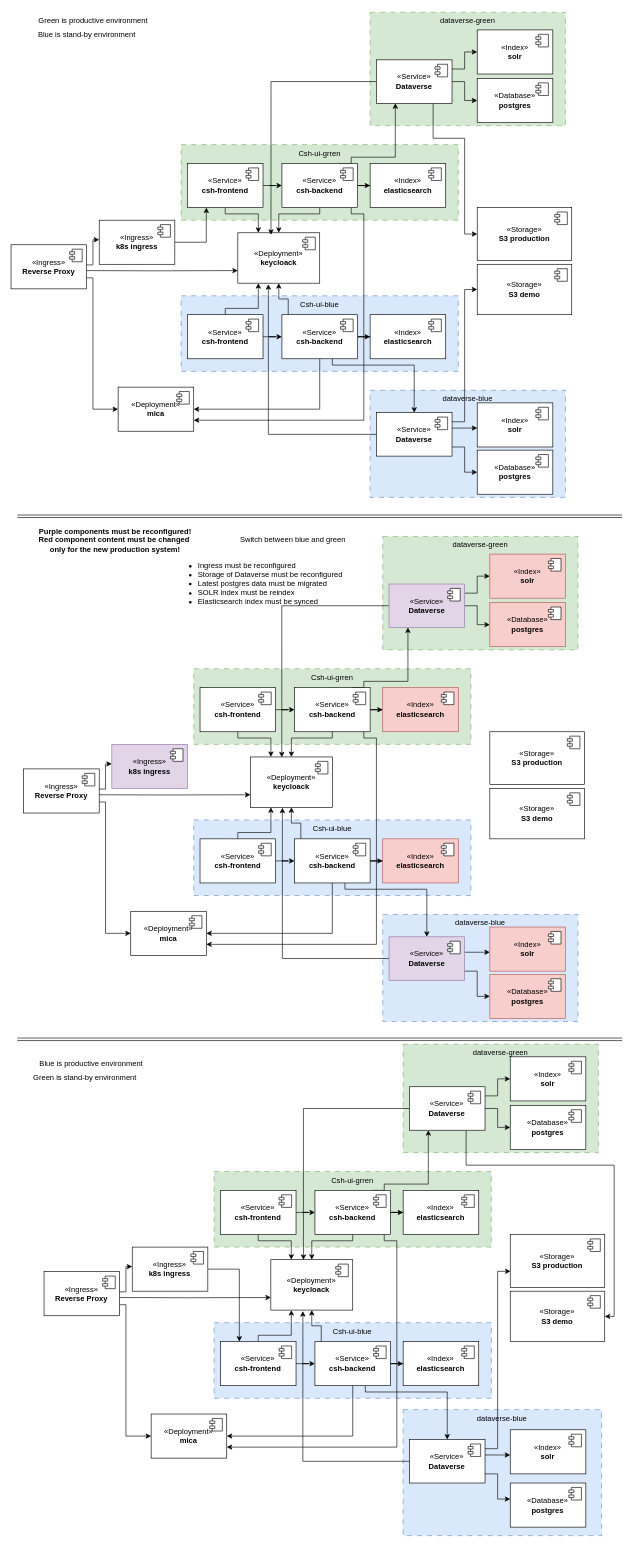
nfdi4health/csh-deployment keeps this draw.io diagram as k8s/documentation/fig/BG_GCSH(2).drawio. Above is the earlier version. Source tidied: cells renumbered, new cells numbered last; positions are measured from the earlier drawing's top-left corner, leaving out a move shared by most shapes. Both pictures are drawn from the tidied source at 63%, with x=0, y=0 at pixel (11, 11).
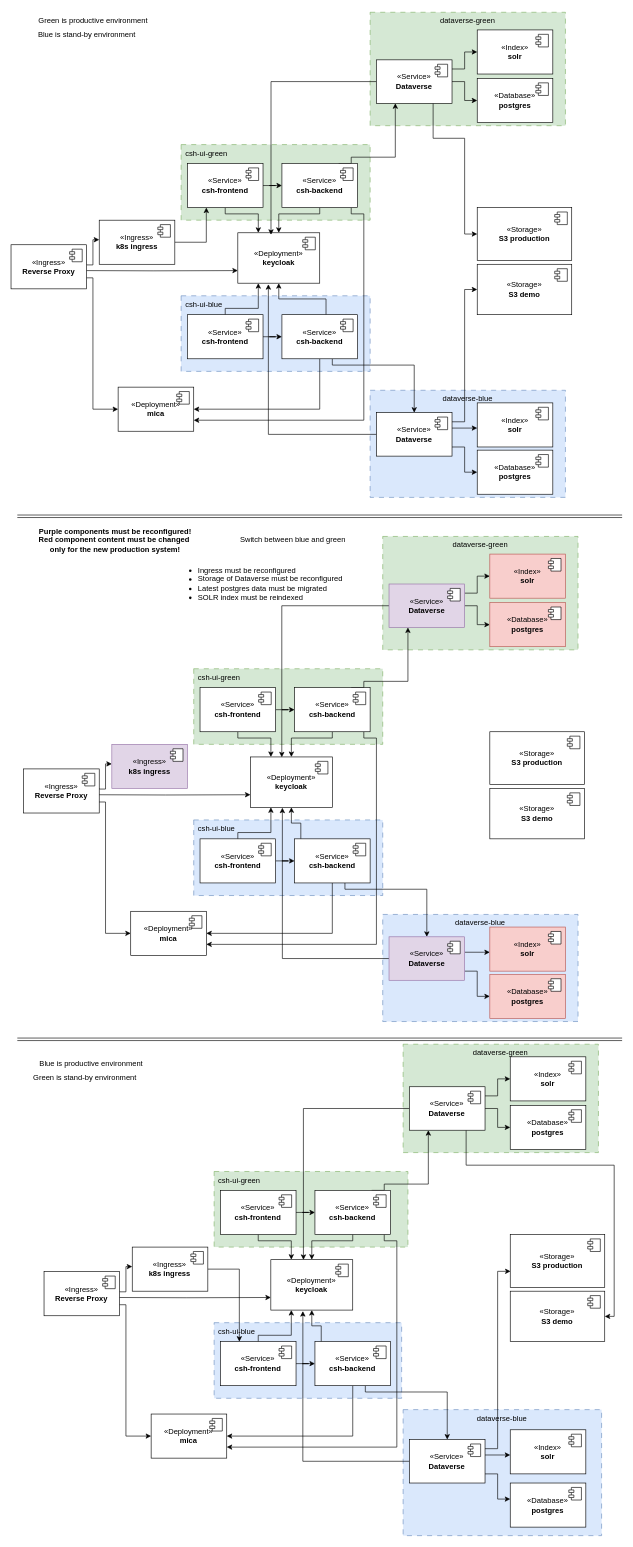
The same diagram, later.

Unchanged cells that the change refers to:
```xml
<mxCell id="22" value="&lt;div&gt;«Service»&lt;/div&gt;&lt;div&gt;&lt;b&gt;csh-backend&lt;/b&gt;&lt;/div&gt;" style="html=1;whiteSpace=wrap;" parent="1" vertex="1">
  <mxGeometry x="430" y="242" width="120" height="70" as="geometry" />
</mxCell>
<mxCell id="34" value="&lt;div&gt;«Service»&lt;/div&gt;&lt;div&gt;&lt;b&gt;csh-backend&lt;/b&gt;&lt;/div&gt;" style="html=1;whiteSpace=wrap;" parent="1" vertex="1">
  <mxGeometry x="430" y="482" width="120" height="70" as="geometry" />
</mxCell>
<mxCell id="94" value="&lt;div&gt;«Service»&lt;/div&gt;&lt;div&gt;&lt;b&gt;csh-backend&lt;/b&gt;&lt;/div&gt;" style="html=1;whiteSpace=wrap;" parent="1" vertex="1">
  <mxGeometry x="482.4" y="1872" width="120" height="70" as="geometry" />
</mxCell>
<mxCell id="106" value="&lt;div&gt;«Service»&lt;/div&gt;&lt;div&gt;&lt;b&gt;csh-backend&lt;/b&gt;&lt;/div&gt;" style="html=1;whiteSpace=wrap;" parent="1" vertex="1">
  <mxGeometry x="482.4" y="2112" width="120" height="70" as="geometry" />
</mxCell>
<mxCell id="157" value="&lt;div&gt;«Service»&lt;/div&gt;&lt;div&gt;&lt;b&gt;csh-backend&lt;/b&gt;&lt;/div&gt;" style="html=1;whiteSpace=wrap;" parent="1" vertex="1">
  <mxGeometry x="450" y="1074" width="120" height="70" as="geometry" />
</mxCell>
<mxCell id="169" value="&lt;div&gt;«Service»&lt;/div&gt;&lt;div&gt;&lt;b&gt;csh-backend&lt;/b&gt;&lt;/div&gt;" style="html=1;whiteSpace=wrap;" parent="1" vertex="1">
  <mxGeometry x="450" y="1314" width="120" height="70" as="geometry" />
</mxCell>
```

What changed in the source:
```diff
@@
-    <mxCell id="5" value="Csh-ui-grren" style="rounded=0;whiteSpace=wrap;html=1;fillColor=#d5e8d4;verticalAlign=top;dashed=1;dashPattern=8 8;strokeColor=#82b366;" parent="1" vertex="1">
-      <mxGeometry x="270" y="212" width="440" height="120" as="geometry" />
+    <mxCell id="5" value="&lt;div&gt;csh-ui-green&lt;/div&gt;" style="rounded=0;whiteSpace=wrap;html=1;fillColor=#d5e8d4;verticalAlign=top;dashed=1;dashPattern=8 8;strokeColor=#82b366;labelPosition=center;verticalLabelPosition=middle;align=left;spacingRight=0;spacingLeft=5;" parent="1" vertex="1">
+      <mxGeometry x="270" y="212" width="300" height="120" as="geometry" />
     </mxCell>
-    <mxCell id="6" value="Csh-ui-blue" style="rounded=0;whiteSpace=wrap;html=1;fillColor=#dae8fc;verticalAlign=top;dashed=1;dashPattern=8 8;strokeColor=#6c8ebf;" parent="1" vertex="1">
-      <mxGeometry x="270" y="452" width="440" height="120" as="geometry" />
+    <mxCell id="6" value="csh-ui-blue" style="rounded=0;whiteSpace=wrap;html=1;fillColor=#dae8fc;verticalAlign=top;dashed=1;dashPattern=8 8;strokeColor=#6c8ebf;spacingRight=0;spacingLeft=5;align=left;" parent="1" vertex="1">
+      <mxGeometry x="270" y="452" width="300" height="120" as="geometry" />
     </mxCell>
@@
-    <mxCell id="18" style="edgeStyle=orthogonalEdgeStyle;rounded=0;jettySize=auto;html=1;" parent="1" edge="1" source="22" target="24">
-      <mxGeometry relative="1" as="geometry" />
-    </mxCell>
@@
-    <mxCell id="24" value="&lt;div&gt;«Index»&lt;/div&gt;&lt;div&gt;&lt;b&gt;elasticsearch&lt;/b&gt;&lt;br&gt;&lt;/div&gt;" style="html=1;whiteSpace=wrap;" parent="1" vertex="1">
-      <mxGeometry x="570" y="242" width="120" height="70" as="geometry" />
-    </mxCell>
-    <mxCell id="25" style="shape=module;jettyWidth=8;jettyHeight=4;" parent="24" vertex="1">
-      <mxGeometry x="1" width="20" height="20" relative="1" as="geometry">
-        <mxPoint x="-27" y="7" as="offset" />
-      </mxGeometry>
-    </mxCell>
@@
-    <mxCell id="30" style="edgeStyle=orthogonalEdgeStyle;rounded=0;jettySize=auto;html=1;" parent="1" edge="1" source="34" target="36">
-      <mxGeometry relative="1" as="geometry" />
-    </mxCell>
     <mxCell id="31" style="edgeStyle=orthogonalEdgeStyle;rounded=0;jettySize=auto;html=1;entryX=0.5;entryY=1;entryDx=0;entryDy=0;" parent="1" edge="1" source="34" target="38">
       <mxGeometry relative="1" as="geometry">
         <Array as="points">
-          <mxPoint x="440" y="457" />
+          <mxPoint x="500" y="457" />
           <mxPoint x="425" y="457" />
         </Array>
       </mxGeometry>
     </mxCell>
@@
-    <mxCell id="36" value="&lt;div&gt;«Index»&lt;/div&gt;&lt;div&gt;&lt;b&gt;elasticsearch&lt;/b&gt;&lt;br&gt;&lt;/div&gt;" style="html=1;whiteSpace=wrap;" parent="1" vertex="1">
-      <mxGeometry x="570" y="482" width="120" height="70" as="geometry" />
-    </mxCell>
-    <mxCell id="37" style="shape=module;jettyWidth=8;jettyHeight=4;" parent="36" vertex="1">
-      <mxGeometry x="1" width="20" height="20" relative="1" as="geometry">
-        <mxPoint x="-27" y="7" as="offset" />
-      </mxGeometry>
-    </mxCell>
-    <mxCell id="38" value="&lt;div&gt;«Deployment»&lt;b&gt;&lt;br&gt;&lt;/b&gt;&lt;/div&gt;&lt;div&gt;&lt;b&gt;keycloack&lt;/b&gt;&lt;/div&gt;" style="html=1;whiteSpace=wrap;" parent="1" vertex="1">
+    <mxCell id="38" value="&lt;div&gt;«Deployment»&lt;b&gt;&lt;br&gt;&lt;/b&gt;&lt;/div&gt;&lt;div&gt;&lt;b&gt;keycloak&lt;/b&gt;&lt;/div&gt;" style="html=1;whiteSpace=wrap;" parent="1" vertex="1">
       <mxGeometry x="360" y="352" width="130" height="80" as="geometry" />
     </mxCell>
@@
-    <mxCell id="70" value="&lt;div align=&quot;left&quot;&gt;&lt;ul&gt;&lt;li&gt;Ingress must be reconfigured&lt;br&gt;&lt;/li&gt;&lt;li&gt;Storage of Dataverse must be reconfigured&lt;/li&gt;&lt;li&gt;Latest postgres data must be migrated&lt;/li&gt;&lt;li&gt;SOLR index must be reindex&lt;br&gt;&lt;/li&gt;&lt;li&gt;Elasticsearch index must be synced&lt;/li&gt;&lt;/ul&gt;&lt;/div&gt;" style="text;html=1;align=left;verticalAlign=middle;strokeColor=none;fillColor=none;" parent="1" vertex="1">
-      <mxGeometry x="255" y="849.2" width="290" height="120" as="geometry" />
+    <mxCell id="70" value="&lt;div align=&quot;left&quot;&gt;&lt;ul&gt;&lt;li&gt;Ingress must be reconfigured&lt;br&gt;&lt;/li&gt;&lt;li&gt;Storage of Dataverse must be reconfigured&lt;/li&gt;&lt;li&gt;Latest postgres data must be migrated&lt;/li&gt;&lt;li&gt;SOLR index must be reindexed&lt;br&gt;&lt;/li&gt;&lt;/ul&gt;&lt;/div&gt;" style="text;html=1;align=left;verticalAlign=middle;strokeColor=none;fillColor=none;" parent="1" vertex="1">
+      <mxGeometry x="255" y="859.2" width="290" height="100" as="geometry" />
     </mxCell>
@@
-    <mxCell id="77" value="Csh-ui-grren" style="rounded=0;whiteSpace=wrap;html=1;fillColor=#d5e8d4;verticalAlign=top;dashed=1;dashPattern=8 8;strokeColor=#82b366;" parent="1" vertex="1">
-      <mxGeometry x="322.4" y="1842" width="440" height="120" as="geometry" />
+    <mxCell id="77" value="&lt;div&gt;csh-ui-green&lt;/div&gt;" style="rounded=0;whiteSpace=wrap;html=1;fillColor=#d5e8d4;verticalAlign=top;dashed=1;dashPattern=8 8;strokeColor=#82b366;spacingRight=0;align=left;spacingLeft=5;" parent="1" vertex="1">
+      <mxGeometry x="322.4" y="1842" width="307.6" height="120" as="geometry" />
     </mxCell>
-    <mxCell id="78" value="Csh-ui-blue" style="rounded=0;whiteSpace=wrap;html=1;fillColor=#dae8fc;verticalAlign=top;dashed=1;dashPattern=8 8;strokeColor=#6c8ebf;" parent="1" vertex="1">
-      <mxGeometry x="322.4" y="2082" width="440" height="120" as="geometry" />
+    <mxCell id="78" value="&lt;div&gt;csh-ui-blue&lt;/div&gt;" style="rounded=0;whiteSpace=wrap;html=1;fillColor=#dae8fc;verticalAlign=top;dashed=1;dashPattern=8 8;strokeColor=#6c8ebf;spacingRight=0;align=left;spacingLeft=5;" parent="1" vertex="1">
+      <mxGeometry x="322.4" y="2082" width="297.6" height="120" as="geometry" />
     </mxCell>
@@
-    <mxCell id="90" style="edgeStyle=orthogonalEdgeStyle;rounded=0;jettySize=auto;html=1;" parent="1" edge="1" source="94" target="96">
-      <mxGeometry relative="1" as="geometry" />
-    </mxCell>
@@
-    <mxCell id="96" value="&lt;div&gt;«Index»&lt;/div&gt;&lt;div&gt;&lt;b&gt;elasticsearch&lt;/b&gt;&lt;br&gt;&lt;/div&gt;" style="html=1;whiteSpace=wrap;" parent="1" vertex="1">
-      <mxGeometry x="622.4" y="1872" width="120" height="70" as="geometry" />
-    </mxCell>
-    <mxCell id="97" style="shape=module;jettyWidth=8;jettyHeight=4;" parent="96" vertex="1">
-      <mxGeometry x="1" width="20" height="20" relative="1" as="geometry">
-        <mxPoint x="-27" y="7" as="offset" />
-      </mxGeometry>
-    </mxCell>
@@
-    <mxCell id="102" style="edgeStyle=orthogonalEdgeStyle;rounded=0;jettySize=auto;html=1;" parent="1" edge="1" source="106" target="108">
-      <mxGeometry relative="1" as="geometry" />
-    </mxCell>
@@
-    <mxCell id="108" value="&lt;div&gt;«Index»&lt;/div&gt;&lt;div&gt;&lt;b&gt;elasticsearch&lt;/b&gt;&lt;br&gt;&lt;/div&gt;" style="html=1;whiteSpace=wrap;" parent="1" vertex="1">
-      <mxGeometry x="622.4" y="2112" width="120" height="70" as="geometry" />
-    </mxCell>
-    <mxCell id="109" style="shape=module;jettyWidth=8;jettyHeight=4;" parent="108" vertex="1">
-      <mxGeometry x="1" width="20" height="20" relative="1" as="geometry">
-        <mxPoint x="-27" y="7" as="offset" />
-      </mxGeometry>
-    </mxCell>
-    <mxCell id="110" value="&lt;div&gt;«Deployment»&lt;b&gt;&lt;br&gt;&lt;/b&gt;&lt;/div&gt;&lt;div&gt;&lt;b&gt;keycloack&lt;/b&gt;&lt;/div&gt;" style="html=1;whiteSpace=wrap;" parent="1" vertex="1">
+    <mxCell id="110" value="&lt;div&gt;«Deployment»&lt;b&gt;&lt;br&gt;&lt;/b&gt;&lt;/div&gt;&lt;div&gt;&lt;b&gt;keycloak&lt;/b&gt;&lt;/div&gt;" style="html=1;whiteSpace=wrap;" parent="1" vertex="1">
       <mxGeometry x="412.4" y="1982" width="130" height="80" as="geometry" />
     </mxCell>
@@
-    <mxCell id="141" value="Csh-ui-grren" style="rounded=0;whiteSpace=wrap;html=1;fillColor=#d5e8d4;verticalAlign=top;dashed=1;dashPattern=8 8;strokeColor=#82b366;" parent="1" vertex="1">
-      <mxGeometry x="290" y="1044" width="440" height="120" as="geometry" />
+    <mxCell id="141" value="&lt;div&gt;csh-ui-green&lt;/div&gt;" style="rounded=0;whiteSpace=wrap;html=1;fillColor=#d5e8d4;verticalAlign=top;dashed=1;dashPattern=8 8;strokeColor=#82b366;spacingRight=0;spacingLeft=5;align=left;" parent="1" vertex="1">
+      <mxGeometry x="290" y="1044" width="300" height="120" as="geometry" />
     </mxCell>
-    <mxCell id="142" value="Csh-ui-blue" style="rounded=0;whiteSpace=wrap;html=1;fillColor=#dae8fc;verticalAlign=top;dashed=1;dashPattern=8 8;strokeColor=#6c8ebf;" parent="1" vertex="1">
-      <mxGeometry x="290" y="1284" width="440" height="120" as="geometry" />
+    <mxCell id="142" value="&lt;div&gt;csh-ui-blue&lt;/div&gt;" style="rounded=0;whiteSpace=wrap;html=1;fillColor=#dae8fc;verticalAlign=top;dashed=1;dashPattern=8 8;strokeColor=#6c8ebf;spacingRight=0;align=left;spacingLeft=5;" parent="1" vertex="1">
+      <mxGeometry x="290" y="1284" width="300" height="120" as="geometry" />
     </mxCell>
@@
-    <mxCell id="153" style="edgeStyle=orthogonalEdgeStyle;rounded=0;jettySize=auto;html=1;" parent="1" edge="1" source="157" target="159">
-      <mxGeometry relative="1" as="geometry" />
-    </mxCell>
@@
-    <mxCell id="159" value="&lt;div&gt;«Index»&lt;/div&gt;&lt;div&gt;&lt;b&gt;elasticsearch&lt;/b&gt;&lt;br&gt;&lt;/div&gt;" style="html=1;whiteSpace=wrap;fillColor=#f8cecc;strokeColor=#b85450;" parent="1" vertex="1">
-      <mxGeometry x="590" y="1074" width="120" height="70" as="geometry" />
-    </mxCell>
-    <mxCell id="160" style="shape=module;jettyWidth=8;jettyHeight=4;" parent="159" vertex="1">
-      <mxGeometry x="1" width="20" height="20" relative="1" as="geometry">
-        <mxPoint x="-27" y="7" as="offset" />
-      </mxGeometry>
-    </mxCell>
@@
-    <mxCell id="165" style="edgeStyle=orthogonalEdgeStyle;rounded=0;jettySize=auto;html=1;" parent="1" edge="1" source="169" target="171">
-      <mxGeometry relative="1" as="geometry" />
-    </mxCell>
@@
-    <mxCell id="171" value="&lt;div&gt;«Index»&lt;/div&gt;&lt;div&gt;&lt;b&gt;elasticsearch&lt;/b&gt;&lt;br&gt;&lt;/div&gt;" style="html=1;whiteSpace=wrap;fillColor=#f8cecc;strokeColor=#b85450;" parent="1" vertex="1">
-      <mxGeometry x="590" y="1314" width="120" height="70" as="geometry" />
-    </mxCell>
-    <mxCell id="172" style="shape=module;jettyWidth=8;jettyHeight=4;" parent="171" vertex="1">
-      <mxGeometry x="1" width="20" height="20" relative="1" as="geometry">
-        <mxPoint x="-27" y="7" as="offset" />
-      </mxGeometry>
-    </mxCell>
-    <mxCell id="173" value="&lt;div&gt;«Deployment»&lt;b&gt;&lt;br&gt;&lt;/b&gt;&lt;/div&gt;&lt;div&gt;&lt;b&gt;keycloack&lt;/b&gt;&lt;/div&gt;" style="html=1;whiteSpace=wrap;" parent="1" vertex="1">
+    <mxCell id="173" value="&lt;div&gt;«Deployment»&lt;b&gt;&lt;br&gt;&lt;/b&gt;&lt;/div&gt;&lt;div&gt;&lt;b&gt;keycloak&lt;/b&gt;&lt;/div&gt;" style="html=1;whiteSpace=wrap;" parent="1" vertex="1">
       <mxGeometry x="380" y="1184" width="130" height="80" as="geometry" />
     </mxCell>
```
